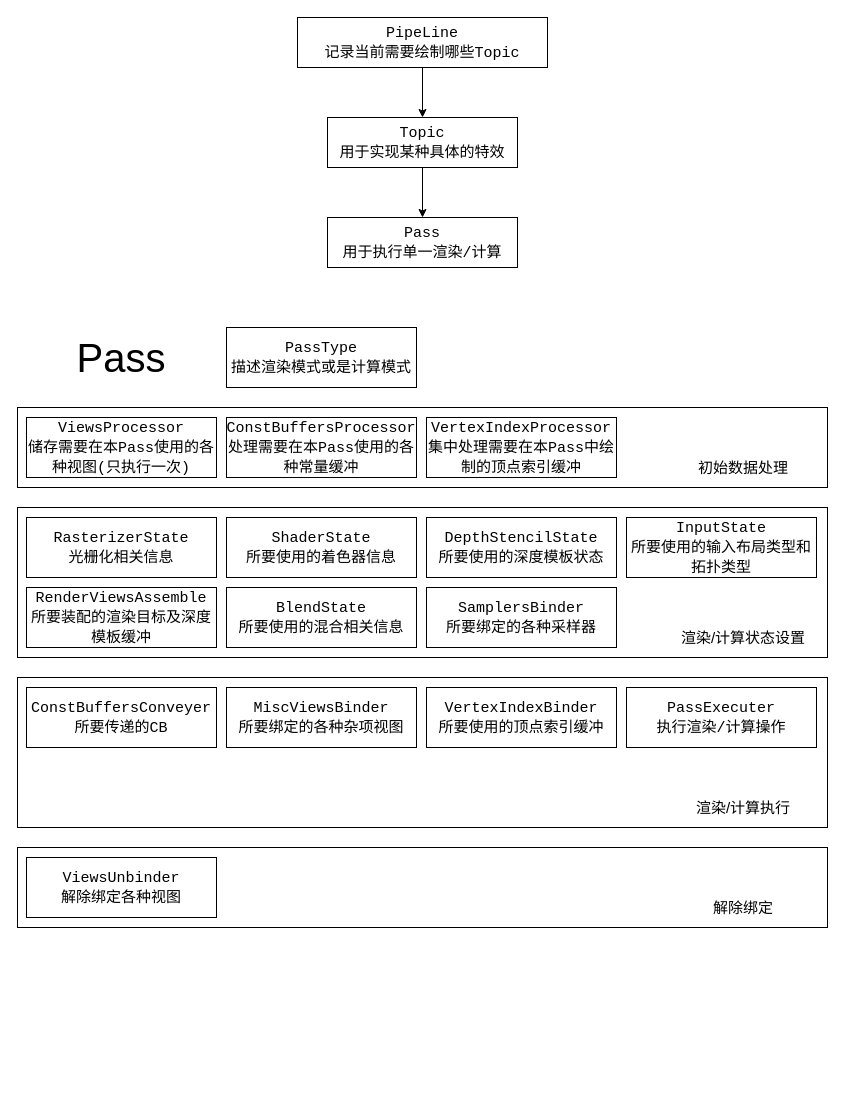
Earlier version of the draw.io diagram Render.drawio (HIBICUS-CAI/PreWorkRenderEngine). Source tidied: cells renumbered, new cells numbered last; positions are measured from the earlier drawing's top-left corner, leaving out a move shared by most shapes. Both pictures are drawn from the tidied source at 100%, with x=0, y=0 at pixel (17, 17).
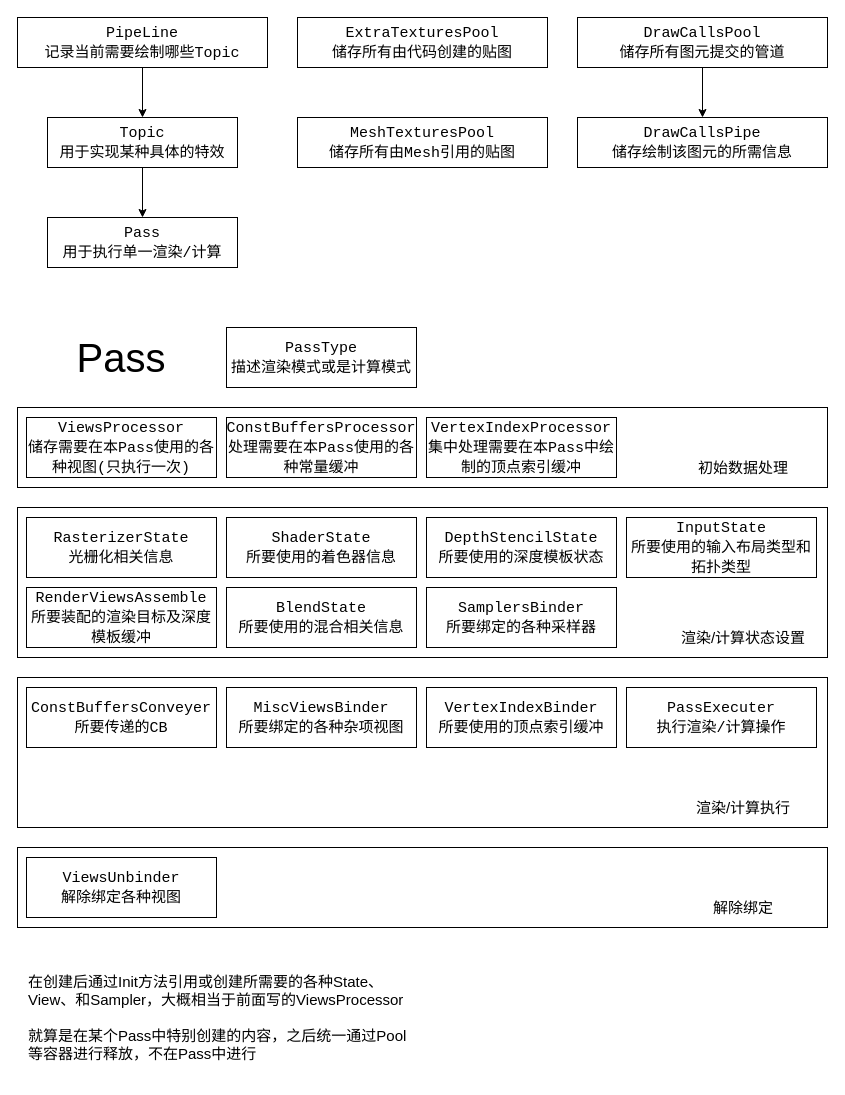
The same page after the edit.

Commit message:
基本完善了大概想怎么写，应该可以准备具体的类设计了吧

The edit, as a diff of the source:
```diff
@@
     <mxCell id="7" value="&lt;font style=&quot;font-size: 15px;&quot; face=&quot;Courier New&quot;&gt;Topic&lt;br style=&quot;font-size: 15px;&quot;&gt;用于实现某种具体的特效&lt;br style=&quot;font-size: 15px;&quot;&gt;&lt;/font&gt;" style="rounded=0;whiteSpace=wrap;html=1;align=center;fontSize=15;" parent="1" vertex="1">
-      <mxGeometry x="310" y="100" width="190" height="50" as="geometry" />
+      <mxGeometry x="30" y="100" width="190" height="50" as="geometry" />
     </mxCell>
     <mxCell id="8" value="&lt;font style=&quot;font-size: 15px;&quot; face=&quot;Courier New&quot;&gt;Pass&lt;br style=&quot;font-size: 15px;&quot;&gt;用于执行单一渲染/计算&lt;br style=&quot;font-size: 15px;&quot;&gt;&lt;/font&gt;" style="rounded=0;whiteSpace=wrap;html=1;align=center;fontSize=15;" parent="1" vertex="1">
-      <mxGeometry x="310" y="200" width="190" height="50" as="geometry" />
+      <mxGeometry x="30" y="200" width="190" height="50" as="geometry" />
     </mxCell>
@@
     <mxCell id="10" value="&lt;font style=&quot;font-size: 15px&quot; face=&quot;Courier New&quot;&gt;PipeLine&lt;br style=&quot;font-size: 15px&quot;&gt;记录当前需要绘制哪些Topic&lt;br style=&quot;font-size: 15px&quot;&gt;&lt;/font&gt;" style="rounded=0;whiteSpace=wrap;html=1;align=center;fontSize=15;" parent="1" vertex="1">
-      <mxGeometry x="280" width="250" height="50" as="geometry" />
+      <mxGeometry width="250" height="50" as="geometry" />
     </mxCell>
@@
+    <mxCell id="32" value="&lt;font style=&quot;font-size: 15px&quot; face=&quot;Courier New&quot;&gt;ExtraTexturesPool&lt;br&gt;储存所有由代码创建的贴图&lt;br style=&quot;font-size: 15px&quot;&gt;&lt;/font&gt;" style="rounded=0;whiteSpace=wrap;html=1;align=center;fontSize=15;" parent="1" vertex="1">
+      <mxGeometry x="280" width="250" height="50" as="geometry" />
+    </mxCell>
+    <mxCell id="33" value="&lt;font style=&quot;font-size: 15px&quot; face=&quot;Courier New&quot;&gt;MeshTexturesPool&lt;br&gt;储存所有由Mesh引用的贴图&lt;br style=&quot;font-size: 15px&quot;&gt;&lt;/font&gt;" style="rounded=0;whiteSpace=wrap;html=1;align=center;fontSize=15;" parent="1" vertex="1">
+      <mxGeometry x="280" y="100" width="250" height="50" as="geometry" />
+    </mxCell>
+    <mxCell id="34" style="edgeStyle=orthogonalEdgeStyle;rounded=0;jettySize=auto;html=1;" parent="1" edge="1" source="35" target="36">
+      <mxGeometry relative="1" as="geometry" />
+    </mxCell>
+    <mxCell id="35" value="&lt;font style=&quot;font-size: 15px&quot; face=&quot;Courier New&quot;&gt;DrawCallsPool&lt;br&gt;储存所有图元提交的管道&lt;br style=&quot;font-size: 15px&quot;&gt;&lt;/font&gt;" style="rounded=0;whiteSpace=wrap;html=1;align=center;fontSize=15;" parent="1" vertex="1">
+      <mxGeometry x="560" width="250" height="50" as="geometry" />
+    </mxCell>
+    <mxCell id="36" value="&lt;font style=&quot;font-size: 15px&quot; face=&quot;Courier New&quot;&gt;DrawCallsPipe&lt;br&gt;储存绘制该图元的所需信息&lt;br style=&quot;font-size: 15px&quot;&gt;&lt;/font&gt;" style="rounded=0;whiteSpace=wrap;html=1;align=center;fontSize=15;" parent="1" vertex="1">
+      <mxGeometry x="560" y="100" width="250" height="50" as="geometry" />
+    </mxCell>
+    <mxCell id="37" value="&lt;div&gt;&lt;span style=&quot;font-size: 15px&quot;&gt;在创建后通过Init方法引用或创建所需要的各种State、View、和Sampler，大概相当于前面写的ViewsProcessor&lt;/span&gt;&lt;/div&gt;&lt;div&gt;&lt;span style=&quot;font-size: 15px&quot;&gt;&lt;br&gt;&lt;/span&gt;&lt;/div&gt;&lt;div&gt;&lt;span style=&quot;font-size: 15px&quot;&gt;就算是在某个Pass中特别创建的内容，之后统一通过Pool等容器进行释放，不在Pass中进行&lt;/span&gt;&lt;/div&gt;" style="text;html=1;strokeColor=none;fillColor=none;align=left;verticalAlign=middle;whiteSpace=wrap;rounded=0;" parent="1" vertex="1">
+      <mxGeometry x="9" y="940" width="381" height="120" as="geometry" />
+    </mxCell>
```
